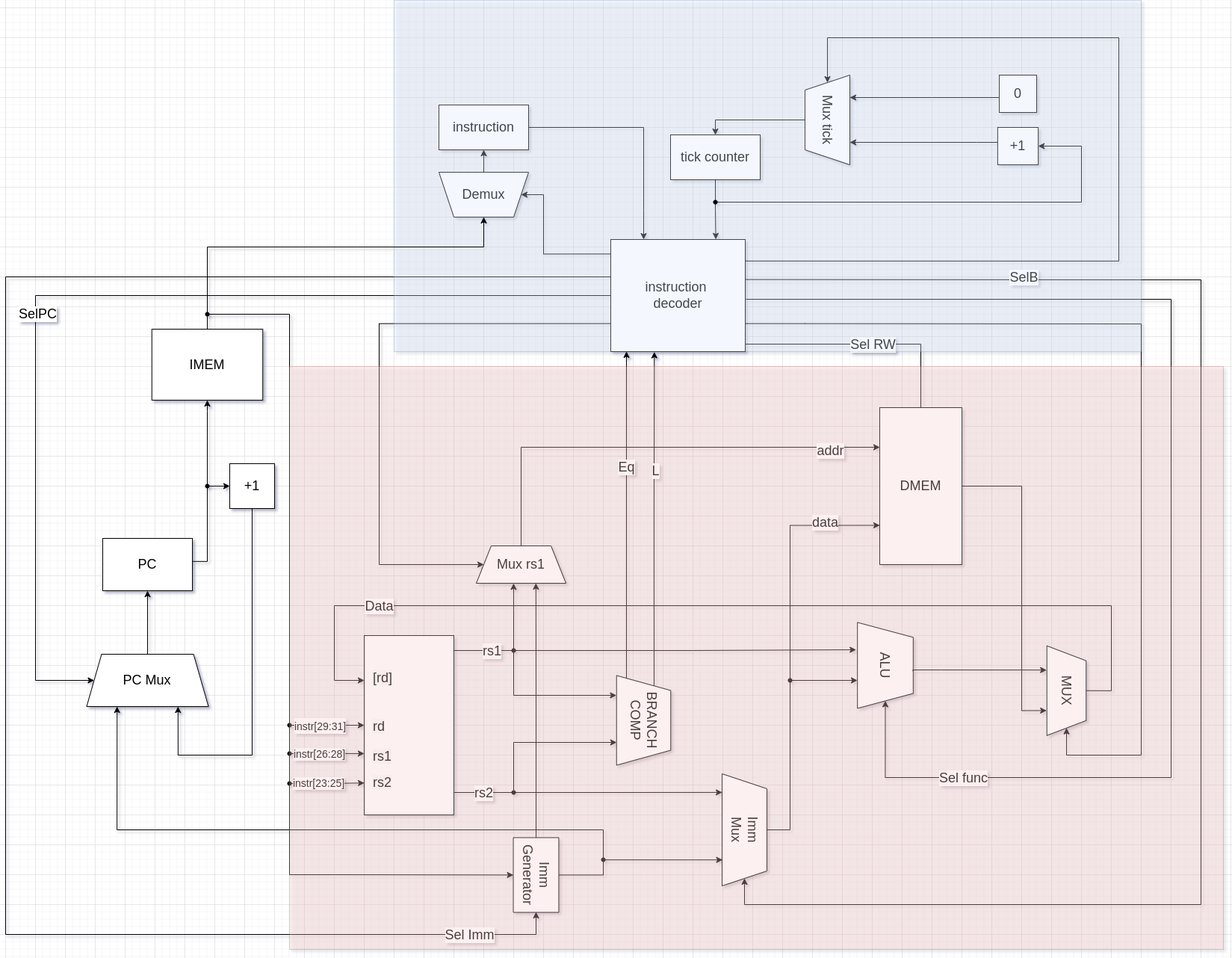
This is Scheme.png from rkrisanoff/risc-virtual-machine, a draw.io export, as it was before one commit. Source tidied: cells renumbered, new cells last; positions are measured from the earlier drawing's top-left corner, leaving out a move shared by most shapes.
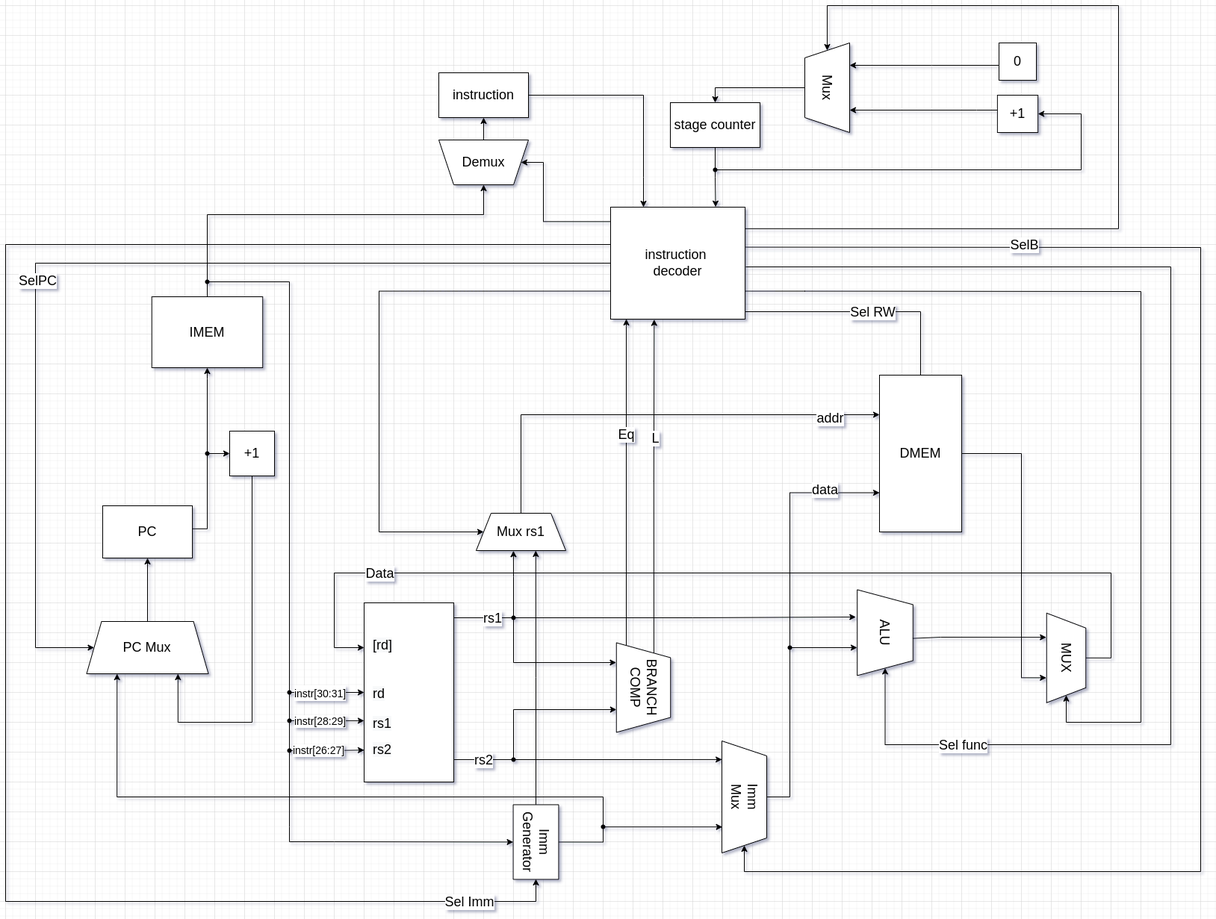
The same diagram one commit later.

Commit message:
simplified scheme

Change to the diagram source:
```diff
@@ -257,7 +257,7 @@
         </Array>
       </mxGeometry>
     </mxCell>
-    <mxCell id="47" value="&lt;font style=&quot;font-size: 14px;&quot;&gt;instr[29:31]&lt;/font&gt;" style="edgeLabel;html=1;align=center;verticalAlign=middle;fontSize=18;" parent="46" vertex="1">
+    <mxCell id="47" value="&lt;font style=&quot;font-size: 14px;&quot;&gt;instr[30:31]&lt;/font&gt;" style="edgeLabel;html=1;align=center;verticalAlign=middle;fontSize=18;" parent="46" vertex="1">
       <mxGeometry x="0.2" y="-1" relative="1" as="geometry">
         <mxPoint x="-20" y="-1" as="offset" />
       </mxGeometry>
@@ -265,7 +265,7 @@
     <mxCell id="48" style="edgeStyle=orthogonalEdgeStyle;rounded=0;jettySize=auto;html=1;entryX=0.001;entryY=0.822;entryDx=0;entryDy=0;entryPerimeter=0;fontSize=18;" parent="1" edge="1" source="51" target="68">
       <mxGeometry relative="1" as="geometry" />
     </mxCell>
-    <mxCell id="49" value="instr[23:25]" style="edgeLabel;html=1;align=center;verticalAlign=middle;fontSize=14;" parent="48" vertex="1">
+    <mxCell id="49" value="instr[26:27]" style="edgeLabel;html=1;align=center;verticalAlign=middle;fontSize=14;" parent="48" vertex="1">
       <mxGeometry x="-0.23" y="1" relative="1" as="geometry" />
     </mxCell>
     <mxCell id="50" style="edgeStyle=orthogonalEdgeStyle;rounded=0;jettySize=auto;html=1;fontSize=18;endArrow=none;endFill=0;" parent="1" edge="1" source="51">
@@ -302,7 +302,7 @@
         </Array>
       </mxGeometry>
     </mxCell>
-    <mxCell id="55" value="&lt;font style=&quot;font-size: 14px;&quot;&gt;instr[26:28]&lt;/font&gt;" style="edgeLabel;html=1;align=center;verticalAlign=middle;fontSize=14;" parent="54" vertex="1">
+    <mxCell id="55" value="&lt;font style=&quot;font-size: 14px;&quot;&gt;instr[28:29]&lt;/font&gt;" style="edgeLabel;html=1;align=center;verticalAlign=middle;fontSize=14;" parent="54" vertex="1">
       <mxGeometry x="0.04" relative="1" as="geometry">
         <mxPoint x="6" as="offset" />
       </mxGeometry>
@@ -414,7 +414,7 @@
     <mxCell id="80" style="edgeStyle=orthogonalEdgeStyle;rounded=0;jettySize=auto;html=1;entryX=0.781;entryY=-0.002;entryDx=0;entryDy=0;fontSize=18;entryPerimeter=0;" parent="1" edge="1" source="81" target="86">
       <mxGeometry relative="1" as="geometry" />
     </mxCell>
-    <mxCell id="81" value="&lt;font style=&quot;font-size: 18px;&quot;&gt;tick counter&lt;/font&gt;" style="rounded=0;whiteSpace=wrap;html=1;" parent="1" vertex="1">
+    <mxCell id="81" value="&lt;font style=&quot;font-size: 18px;&quot;&gt;stage counter&lt;/font&gt;" style="rounded=0;whiteSpace=wrap;html=1;" parent="1" vertex="1">
       <mxGeometry x="890" y="180" width="120" height="60" as="geometry" />
     </mxCell>
     <mxCell id="82" style="edgeStyle=orthogonalEdgeStyle;rounded=0;jettySize=auto;html=1;fontSize=18;entryX=1;entryY=0.5;entryDx=0;entryDy=0;exitX=0.001;exitY=0.129;exitDx=0;exitDy=0;exitPerimeter=0;" parent="1" edge="1" source="86" target="97">
@@ -471,7 +471,7 @@
     <mxCell id="90" style="edgeStyle=orthogonalEdgeStyle;rounded=0;jettySize=auto;html=1;entryX=0.5;entryY=0;entryDx=0;entryDy=0;fontSize=18;" parent="1" edge="1" source="91" target="81">
       <mxGeometry relative="1" as="geometry" />
     </mxCell>
-    <mxCell id="91" value="Mux tick" style="shape=trapezoid;perimeter=trapezoidPerimeter;whiteSpace=wrap;html=1;fixedSize=1;fontSize=18;rotation=90;direction=west;" parent="1" vertex="1">
+    <mxCell id="91" value="Mux" style="shape=trapezoid;perimeter=trapezoidPerimeter;whiteSpace=wrap;html=1;fixedSize=1;fontSize=18;rotation=90;direction=west;" parent="1" vertex="1">
       <mxGeometry x="1040" y="130" width="120" height="60" as="geometry" />
     </mxCell>
     <mxCell id="92" style="edgeStyle=orthogonalEdgeStyle;rounded=0;jettySize=auto;html=1;entryX=0.75;entryY=1;entryDx=0;entryDy=0;fontSize=18;" parent="1" edge="1" source="93" target="91">
@@ -499,12 +499,6 @@
     <mxCell id="97" value="Demux" style="shape=trapezoid;perimeter=trapezoidPerimeter;whiteSpace=wrap;html=1;fixedSize=1;fontSize=18;rotation=0;flipV=1;" parent="1" vertex="1">
       <mxGeometry x="580" y="230" width="120" height="60" as="geometry" />
     </mxCell>
-    <mxCell id="98" style="rounded=0;whiteSpace=wrap;html=1;fontSize=18;fillColor=#dae8fc;strokeColor=#6c8ebf;opacity=30;" parent="1" vertex="1">
-      <mxGeometry x="520" width="1000" height="470" as="geometry" />
-    </mxCell>
-    <mxCell id="99" style="rounded=0;whiteSpace=wrap;html=1;fontSize=18;fillColor=#f8cecc;strokeColor=#b85450;opacity=30;" parent="1" vertex="1">
-      <mxGeometry x="380" y="490" width="1250" height="780" as="geometry" />
-    </mxCell>
     <mxCell id="100" style="edgeStyle=orthogonalEdgeStyle;rounded=0;jettySize=auto;html=1;entryX=0.5;entryY=1;entryDx=0;entryDy=0;fontSize=18;startArrow=none;" parent="1" edge="1" source="103" target="97">
       <mxGeometry relative="1" as="geometry">
         <Array as="points">
```
